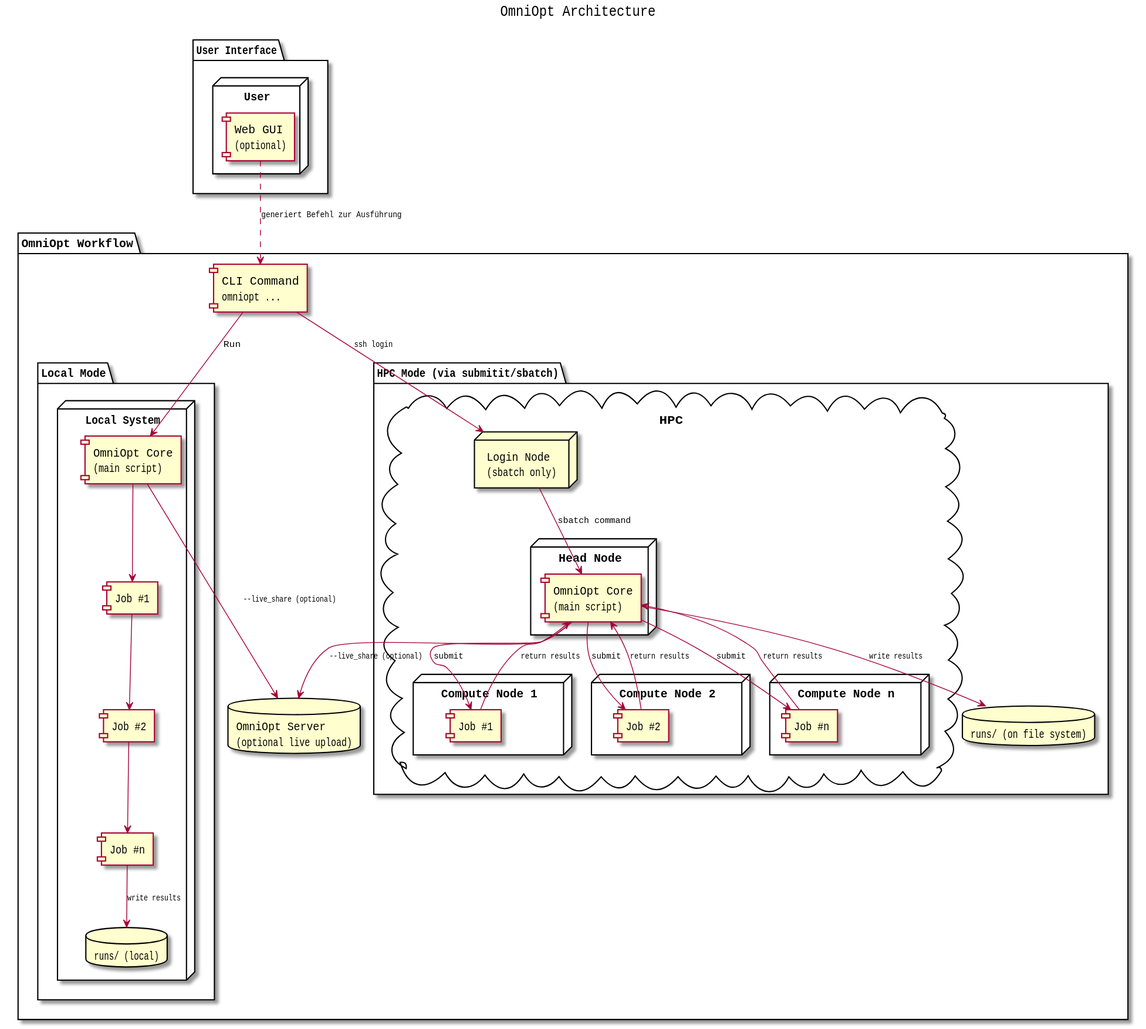
NormanTUD/OmniOpt keeps this PlantUML diagram as .gui/documentation/architektur.svg. Above is the earlier version.
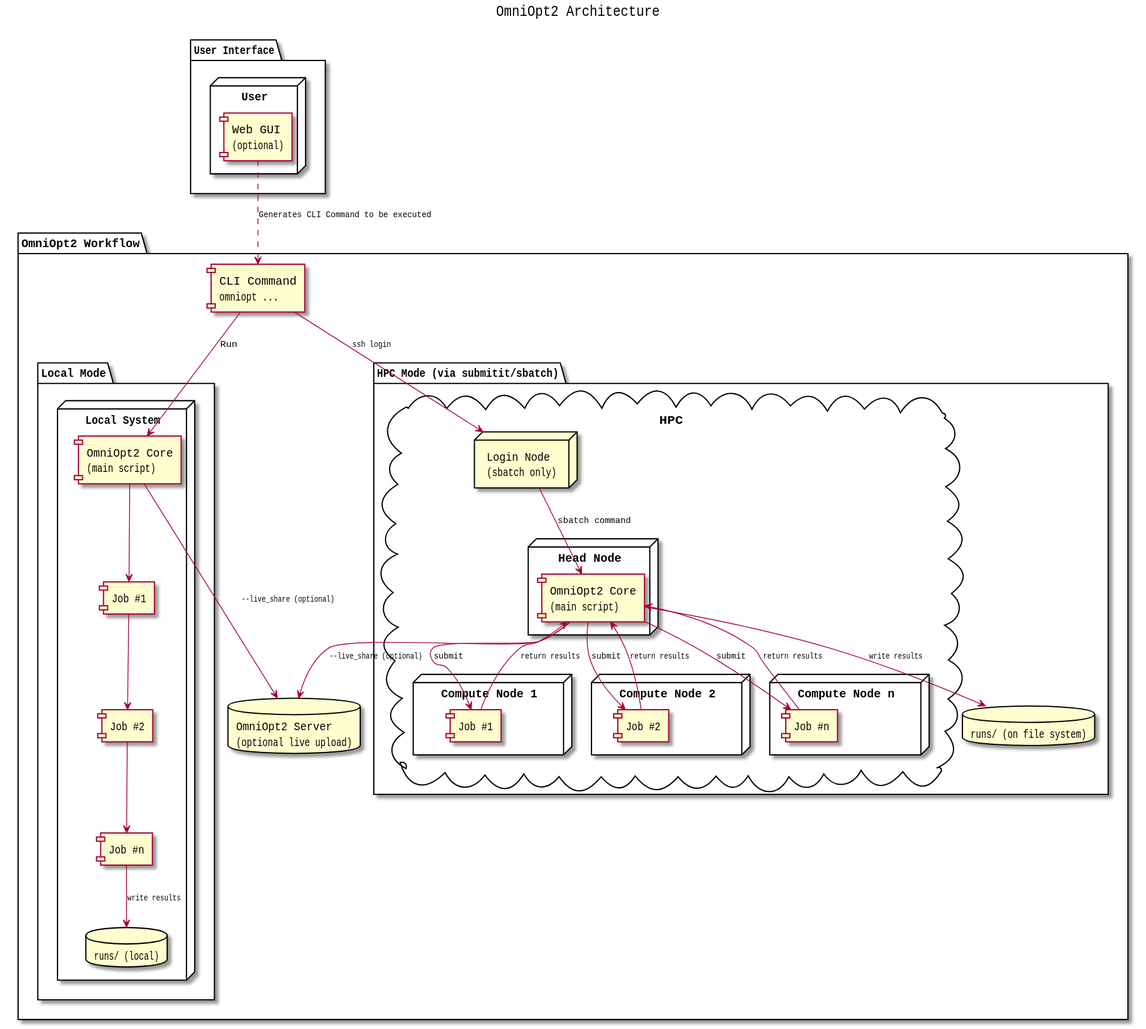
Later version of the same file.

Change to the diagram source:
```diff
@@ -3,7 +3,7 @@
 skinparam defaultFontName Monospace
 skinparam ArrowFontSize 11
 
-title OmniOpt Architecture
+title OmniOpt2 Architecture
 
 package "User Interface" {
   node "User" {
@@ -11,17 +11,17 @@
   }
 }
 
-package "OmniOpt Workflow" {
+package "OmniOpt2 Workflow" {
 
   component "CLI Command\nomniopt ..." as CLI
 
-  GUI ..> CLI : generiert Befehl zur Ausführung
+  GUI ..> CLI : Generates CLI Command to be executed
 
-  database "OmniOpt Server\n(optional live upload)" as OmniOptServer
+  database "OmniOpt2 Server\n(optional live upload)" as OmniOpt2Server
 
   package "Local Mode" {
     node "Local System" {
-      component "OmniOpt Core\n(main script)" as LocalCore
+      component "OmniOpt2 Core\n(main script)" as LocalCore
       component "Job #1" as LocalJobs1
       component "Job #2" as LocalJobs2
       component "Job #n" as LocalJobs3
@@ -33,7 +33,7 @@
     LocalJobs1 --> LocalJobs2
     LocalJobs2 --> LocalJobs3
     LocalJobs3 --> LocalRuns : write results
-    LocalCore --> OmniOptServer : --live_share (optional)
+    LocalCore --> OmniOpt2Server : --live_share (optional)
   }
 
   package "HPC Mode (via submitit/sbatch)" {
@@ -43,7 +43,7 @@
       node "Login Node\n(sbatch only)" as LoginNode
 
       node "Head Node" {
-        component "OmniOpt Core\n(main script)" as HPCMaster
+        component "OmniOpt2 Core\n(main script)" as HPCMaster
       }
 
       node "Compute Node 1" {
@@ -73,7 +73,7 @@
     Job3 -down-> HPCMaster : return results
 
     HPCMaster --> HPCRuns : write results
-    HPCMaster --> OmniOptServer : --live_share (optional)
+    HPCMaster --> OmniOpt2Server : --live_share (optional)
   }
 }
 
```
